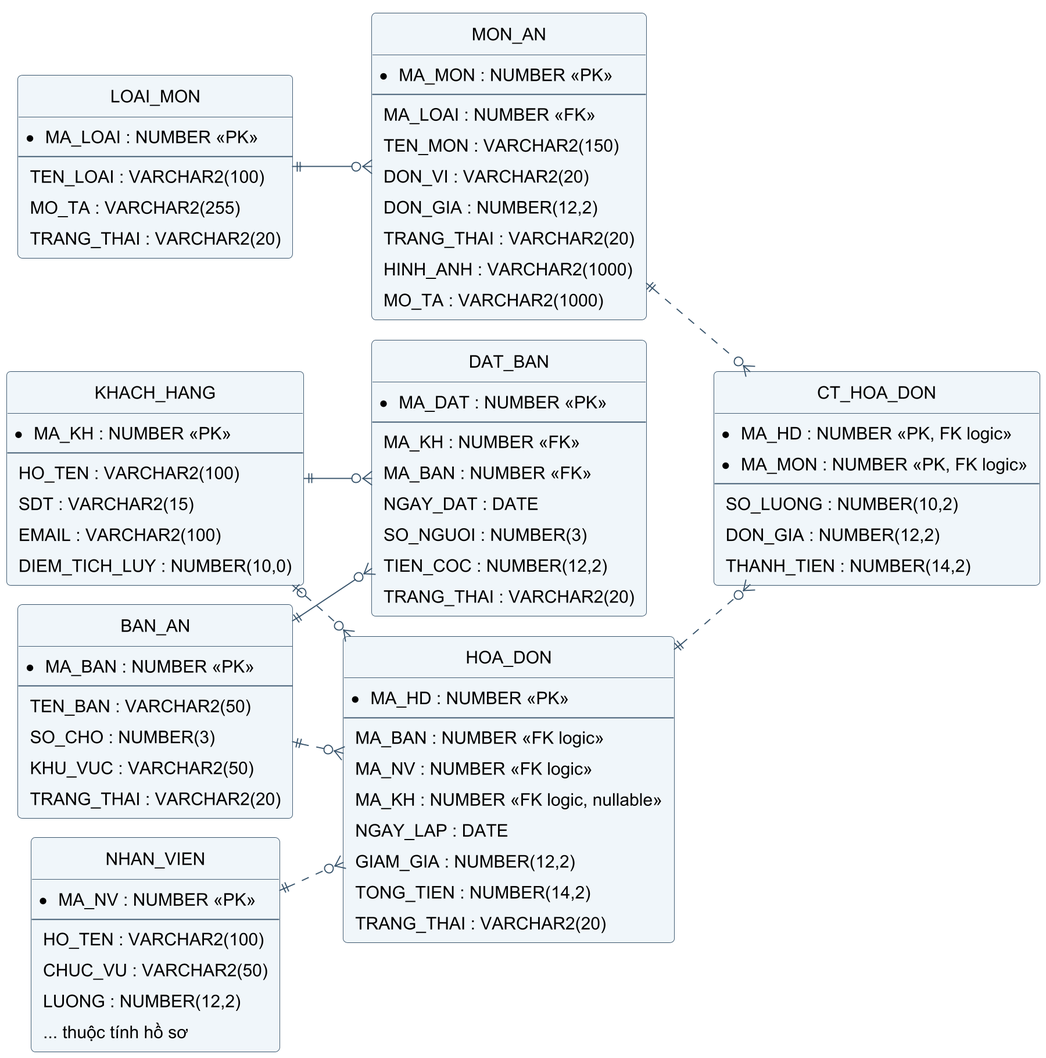
Before: BaoCao_PTTKHDoiTuong/so_do/13_erd_ban_hang.png, a diagram exported from PlantUML (hoangbelike2004/QuanLyNHHS).
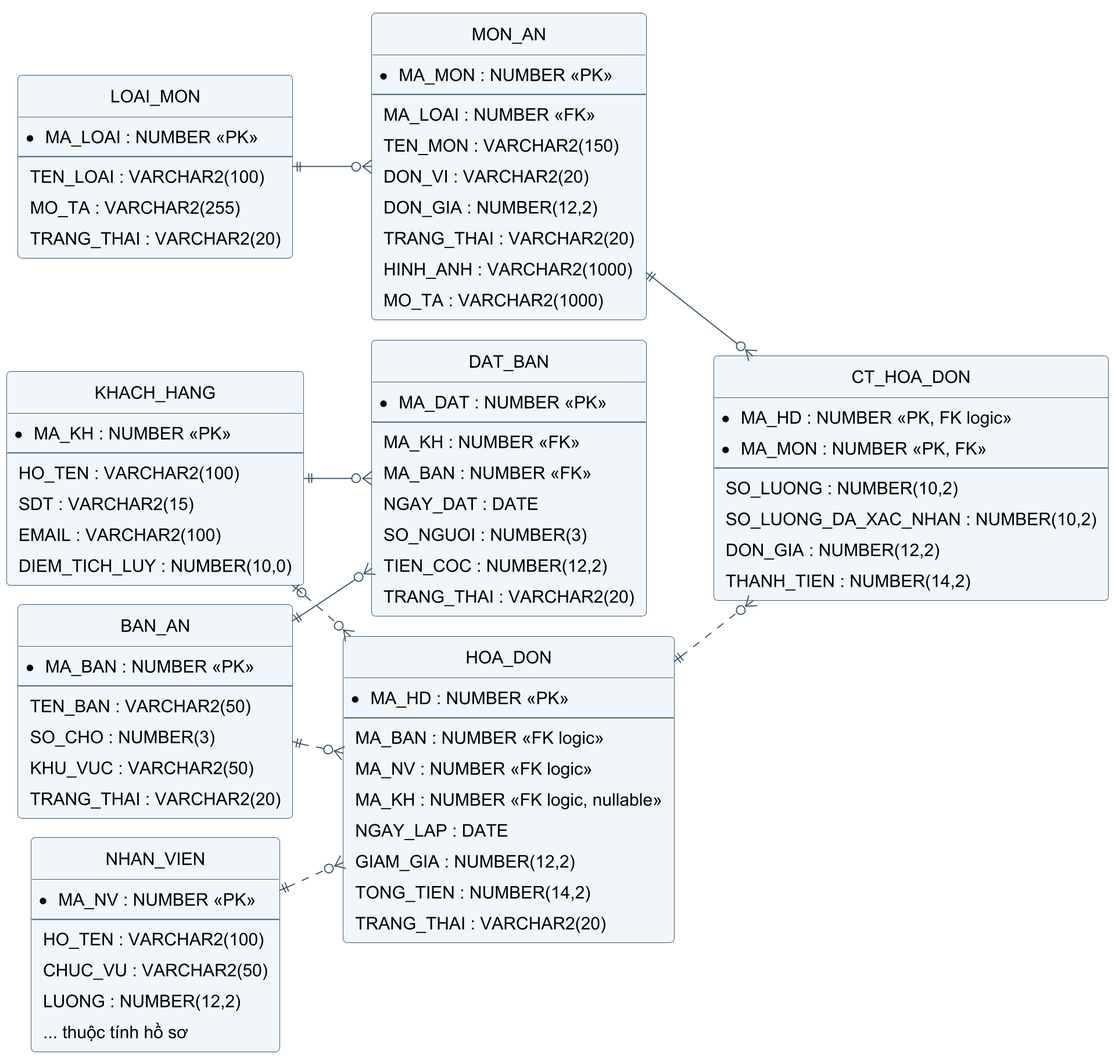
The same file after the commit.

What changed in the source:
```diff
@@ -57,9 +57,10 @@
 }
 entity CT_HOA_DON {
  * MA_HD : NUMBER <<PK, FK logic>>
- * MA_MON : NUMBER <<PK, FK logic>>
+ * MA_MON : NUMBER <<PK, FK>>
  --
  SO_LUONG : NUMBER(10,2)
+ SO_LUONG_DA_XAC_NHAN : NUMBER(10,2)
  DON_GIA : NUMBER(12,2)
  THANH_TIEN : NUMBER(14,2)
 }
@@ -95,7 +96,6 @@
 BAN_AN ||..o{ HOA_DON
 NHAN_VIEN ||..o{ HOA_DON
 HOA_DON ||..o{ CT_HOA_DON
-MON_AN ||..o{ CT_HOA_DON
+MON_AN ||--o{ CT_HOA_DON
 LOAI_MON ||--o{ MON_AN
-
 @enduml
```
